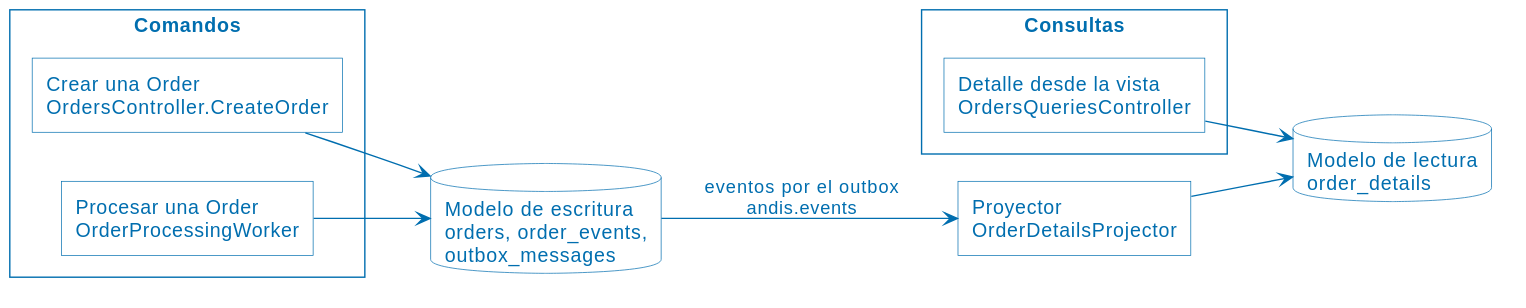
Before: assets/15-cqrs.svg, a diagram exported from PlantUML (ucudal/ANDIS2_UT4_DEMO1). Source of this version:
```plantuml
@startuml
!include PlantUML.style
left to right direction
rectangle "Comandos" {
  rectangle "Crear una Order\nOrdersController.CreateOrder" as C1
  rectangle "Procesar una Order\nOrderProcessingWorker" as C2
}
rectangle "Consultas" {
  rectangle "Detalle desde la vista\nOrdersQueriesController" as Q1
}
database "Modelo de escritura\norders, order_events,\noutbox_messages" as T1
rectangle "Proyector\nOrderDetailsProjector" as PR
database "Modelo de lectura\norder_details" as T2

C1 --> T1
C2 --> T1
T1 --> PR : eventos por el outbox\nandis.events
PR --> T2
Q1 --> T2
@enduml
```
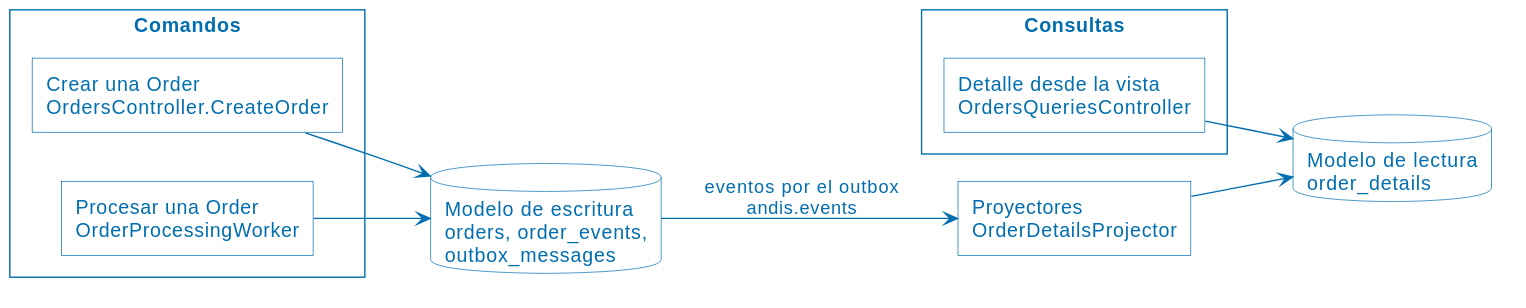
Later version of the same file.

What changed in the source:
```diff
@@ -9,7 +9,7 @@
   rectangle "Detalle desde la vista\nOrdersQueriesController" as Q1
 }
 database "Modelo de escritura\norders, order_events,\noutbox_messages" as T1
-rectangle "Proyector\nOrderDetailsProjector" as PR
+rectangle "Proyectores\nOrderDetailsProjector" as PR
 database "Modelo de lectura\norder_details" as T2
 
 C1 --> T1
```
